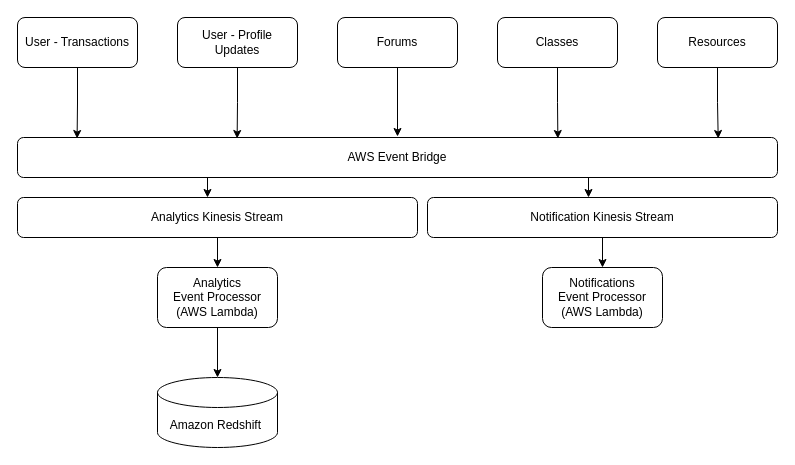
This is diagrams/Analytics.drawio from Arkhamtectures/FarmacyFood, a draw.io file, before an edit. Source tidied: cells renumbered, new cells numbered last; positions are measured from the earlier drawing's top-left corner, leaving out a move shared by most shapes. Both pictures are drawn from the tidied source at 100%, with x=0, y=0 at pixel (17, 17).
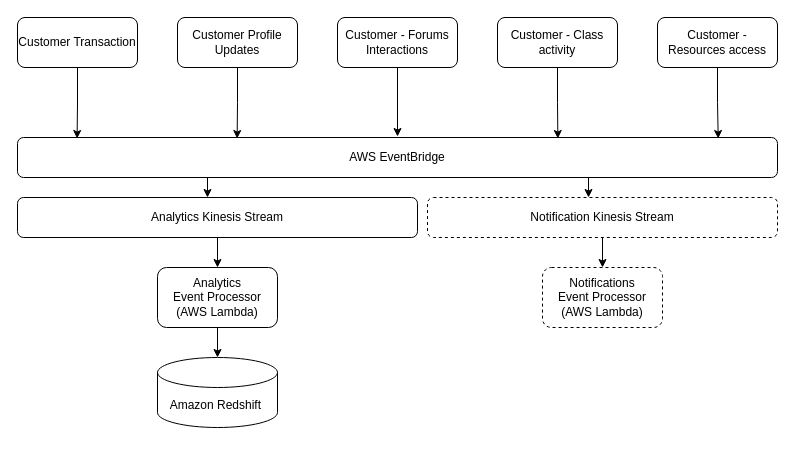
The same page after the edit.

Diff of the diagram source:
```diff
@@
-    <mxCell id="4" value="AWS Event Bridge" style="rounded=1;whiteSpace=wrap;html=1;" parent="1" vertex="1">
+    <mxCell id="4" value="AWS EventBridge" style="rounded=1;whiteSpace=wrap;html=1;" parent="1" vertex="1">
       <mxGeometry y="120" width="760" height="40" as="geometry" />
     </mxCell>
@@
-    <mxCell id="6" value="User - Profile&lt;br&gt;Updates" style="rounded=1;whiteSpace=wrap;html=1;" parent="1" vertex="1">
+    <mxCell id="6" value="Customer Profile&lt;br&gt;Updates" style="rounded=1;whiteSpace=wrap;html=1;" parent="1" vertex="1">
       <mxGeometry x="160" width="120" height="50" as="geometry" />
     </mxCell>
@@
-    <mxCell id="8" value="Forums" style="rounded=1;whiteSpace=wrap;html=1;" parent="1" vertex="1">
+    <mxCell id="8" value="Customer - Forums Interactions" style="rounded=1;whiteSpace=wrap;html=1;" parent="1" vertex="1">
       <mxGeometry x="320" width="120" height="50" as="geometry" />
     </mxCell>
@@
-    <mxCell id="10" value="Classes" style="rounded=1;whiteSpace=wrap;html=1;" parent="1" vertex="1">
+    <mxCell id="10" value="Customer - Class activity" style="rounded=1;whiteSpace=wrap;html=1;" parent="1" vertex="1">
       <mxGeometry x="480" width="120" height="50" as="geometry" />
     </mxCell>
@@
-    <mxCell id="12" value="Resources" style="rounded=1;whiteSpace=wrap;html=1;" parent="1" vertex="1">
+    <mxCell id="12" value="Customer - Resources access" style="rounded=1;whiteSpace=wrap;html=1;" parent="1" vertex="1">
       <mxGeometry x="640" width="120" height="50" as="geometry" />
     </mxCell>
@@
-    <mxCell id="16" value="User - Transactions" style="rounded=1;whiteSpace=wrap;html=1;" parent="1" vertex="1">
+    <mxCell id="16" value="Customer Transaction" style="rounded=1;whiteSpace=wrap;html=1;" parent="1" vertex="1">
       <mxGeometry width="120" height="50" as="geometry" />
     </mxCell>
-    <mxCell id="17" value="Notifications&lt;br&gt;Event Processor&lt;br&gt;(AWS Lambda)" style="rounded=1;whiteSpace=wrap;html=1;" parent="1" vertex="1">
+    <mxCell id="17" value="Notifications&lt;br&gt;Event Processor&lt;br&gt;(AWS Lambda)" style="rounded=1;whiteSpace=wrap;html=1;dashed=1;" parent="1" vertex="1">
       <mxGeometry x="525" y="250" width="120" height="60" as="geometry" />
     </mxCell>
     <mxCell id="18" value="Amazon Redshift&amp;nbsp;" style="shape=cylinder3;whiteSpace=wrap;html=1;boundedLbl=1;backgroundOutline=1;size=15;" parent="1" vertex="1">
-      <mxGeometry x="140" y="360" width="120" height="70" as="geometry" />
+      <mxGeometry x="140" y="340" width="120" height="70" as="geometry" />
     </mxCell>
@@
-    <mxCell id="22" value="Notification Kinesis Stream" style="rounded=1;whiteSpace=wrap;html=1;" parent="1" vertex="1">
+    <mxCell id="22" value="Notification Kinesis Stream" style="rounded=1;whiteSpace=wrap;html=1;dashed=1;" parent="1" vertex="1">
       <mxGeometry x="410" y="180" width="350" height="40" as="geometry" />
     </mxCell>
```
